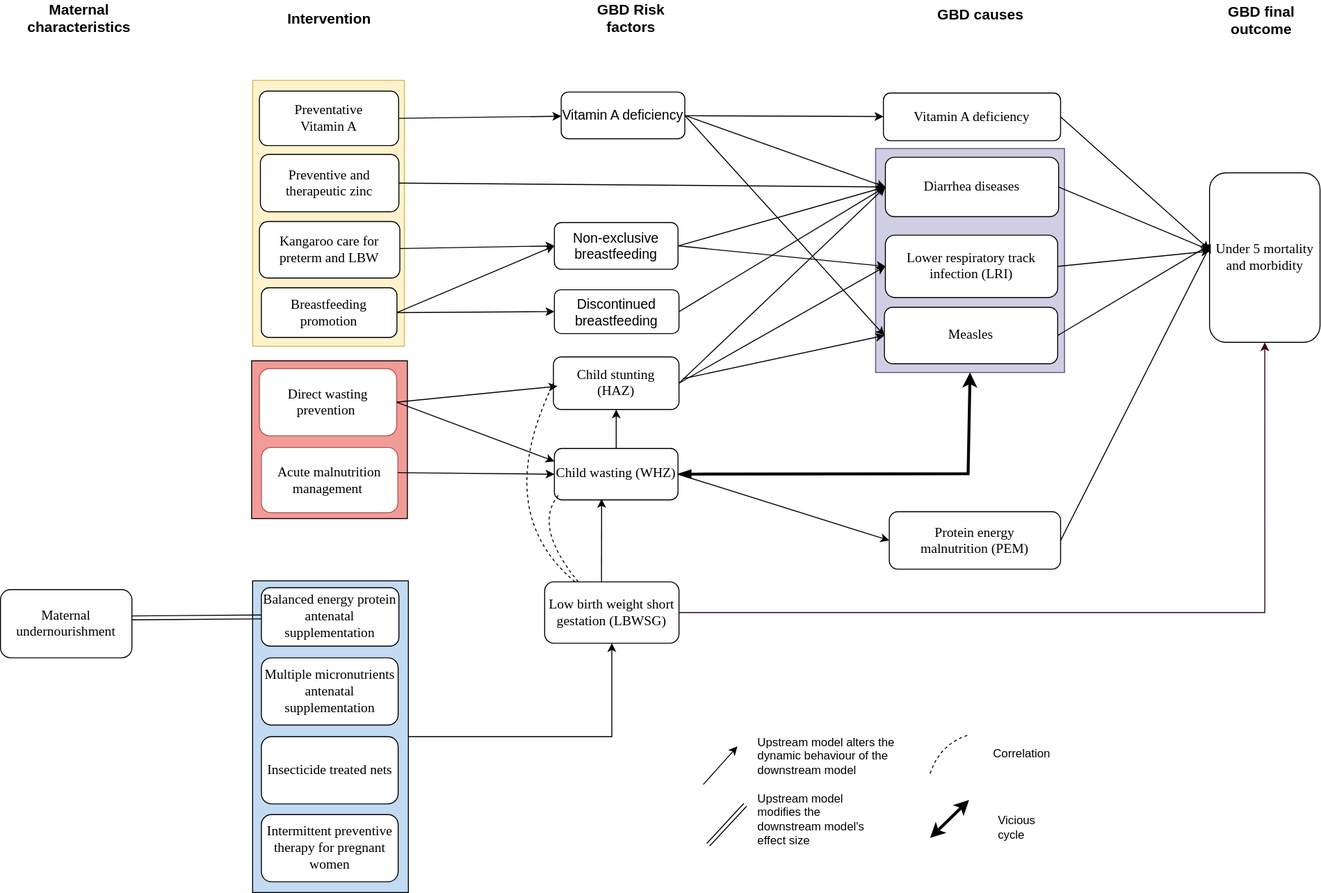
Earlier version of the draw.io export docs/source/concept_models/vivarium_ciff_sam/sam_concept_model_diagram.svg (ihmeuw/vivarium_research). Source tidied: cells renumbered, new cells last; positions are measured from the earlier drawing's top-left corner, leaving out a move shared by most shapes.
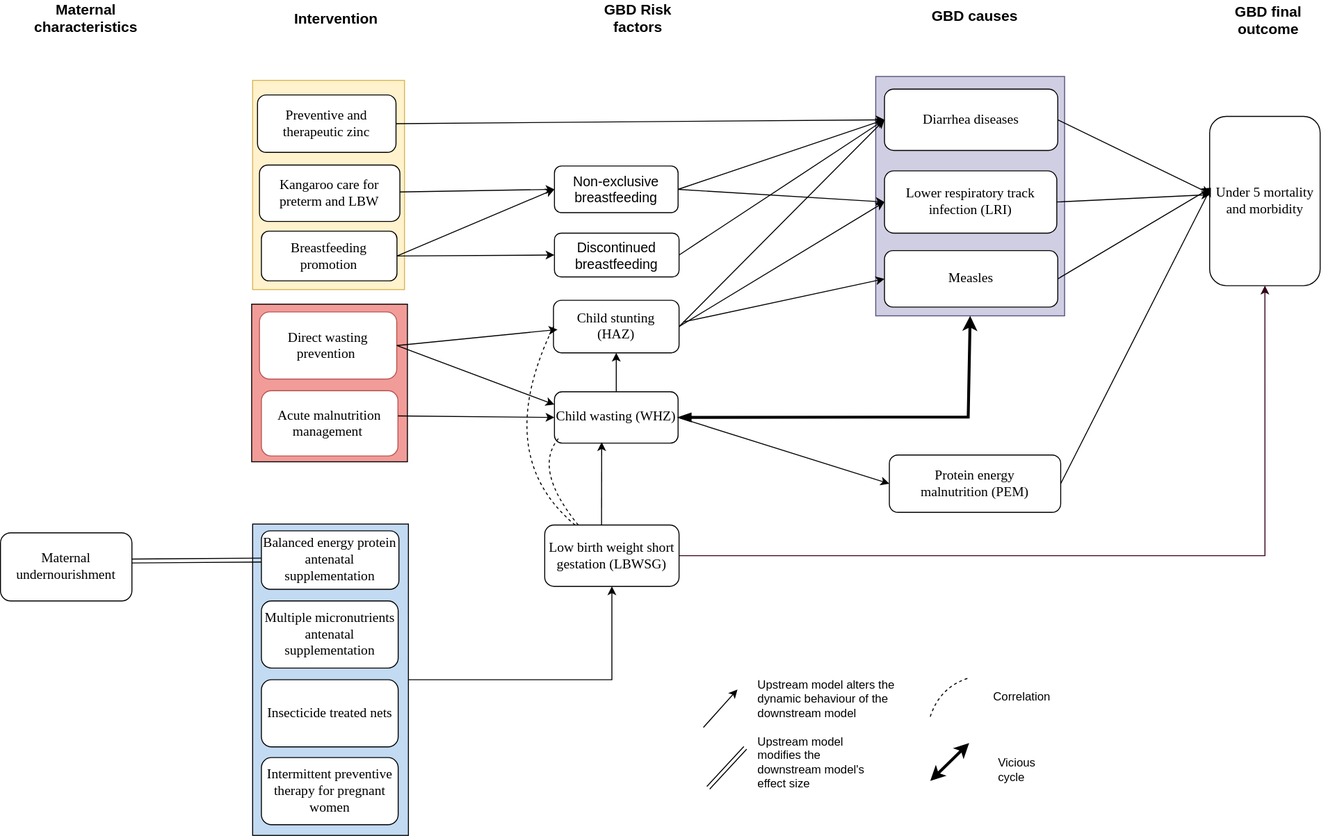
After the change.

Commit message:
deleted vitamin A in concept model

Diff of the diagram source:
```diff
@@ -3,10 +3,10 @@
     <mxCell id="0" />
     <mxCell id="1" parent="0" />
     <mxCell id="2" style="rounded=0;whiteSpace=wrap;html=1;strokeColor=#56517e;fillColor=#d0cee2;" parent="1" vertex="1">
-      <mxGeometry x="899" y="148" width="194" height="230" as="geometry" />
+      <mxGeometry x="899" y="132" width="194" height="246" as="geometry" />
     </mxCell>
     <mxCell id="3" style="rounded=0;whiteSpace=wrap;html=1;strokeColor=#d6b656;fillColor=#fff2cc;" parent="1" vertex="1">
-      <mxGeometry x="259" y="78" width="156" height="273" as="geometry" />
+      <mxGeometry x="259" y="136" width="156" height="215" as="geometry" />
     </mxCell>
     <mxCell id="4" style="rounded=0;whiteSpace=wrap;html=1;strokeColor=#000000;fillColor=#F19C99;" parent="1" vertex="1">
       <mxGeometry x="258" y="366" width="160" height="162" as="geometry" />
@@ -33,25 +33,25 @@
       <mxGeometry x="908" y="311" width="178" height="58" as="geometry" />
     </mxCell>
     <mxCell id="12" value="&lt;font style=&quot;font-size: 14px&quot; face=&quot;Verdana&quot;&gt;Diarrhea diseases&lt;/font&gt;" style="rounded=1;whiteSpace=wrap;html=1;" parent="1" vertex="1">
-      <mxGeometry x="909" y="157" width="178" height="61" as="geometry" />
+      <mxGeometry x="908" y="145" width="178" height="63" as="geometry" />
     </mxCell>
     <mxCell id="13" value="&lt;font style=&quot;font-size: 14px&quot; face=&quot;Verdana&quot;&gt;Lower respiratory track infection (LRI)&lt;/font&gt;" style="rounded=1;whiteSpace=wrap;html=1;" parent="1" vertex="1">
-      <mxGeometry x="909" y="237" width="177" height="64" as="geometry" />
+      <mxGeometry x="908" y="229" width="177" height="64" as="geometry" />
     </mxCell>
     <mxCell id="14" value="&lt;font face=&quot;Verdana&quot; style=&quot;font-size: 14px&quot;&gt;Under 5 mortality and morbidity&lt;/font&gt;" style="rounded=1;whiteSpace=wrap;html=1;" parent="1" vertex="1">
       <mxGeometry x="1242" y="173" width="113.5" height="174" as="geometry" />
     </mxCell>
     <mxCell id="15" value="Intervention" style="text;html=1;strokeColor=none;fillColor=none;align=center;verticalAlign=middle;whiteSpace=wrap;rounded=0;strokeWidth=4;fontSize=15;fontStyle=1;" parent="1" vertex="1">
-      <mxGeometry x="318" y="4" width="40" height="20" as="geometry" />
+      <mxGeometry x="325" y="62" width="40" height="20" as="geometry" />
     </mxCell>
     <mxCell id="16" value="GBD Risk factors" style="text;html=1;strokeColor=none;fillColor=none;align=center;verticalAlign=middle;whiteSpace=wrap;rounded=0;strokeWidth=4;fontSize=15;fontStyle=1;" parent="1" vertex="1">
-      <mxGeometry x="599.5" y="4" width="96" height="20" as="geometry" />
+      <mxGeometry x="606.5" y="62" width="96" height="20" as="geometry" />
     </mxCell>
     <mxCell id="17" value="GBD causes" style="text;html=1;strokeColor=none;fillColor=none;align=center;verticalAlign=middle;whiteSpace=wrap;rounded=0;strokeWidth=4;fontSize=15;fontStyle=1;" parent="1" vertex="1">
-      <mxGeometry x="960" width="93.5" height="20" as="geometry" />
+      <mxGeometry x="954" y="59" width="93.5" height="20" as="geometry" />
     </mxCell>
     <mxCell id="18" value="GBD final outcome" style="text;html=1;strokeColor=none;fillColor=none;align=center;verticalAlign=middle;whiteSpace=wrap;rounded=0;strokeWidth=4;fontSize=15;fontStyle=1;" parent="1" vertex="1">
-      <mxGeometry x="1239" y="6" width="113" height="20" as="geometry" />
+      <mxGeometry x="1246" y="64" width="113" height="20" as="geometry" />
     </mxCell>
     <mxCell id="19" style="endArrow=classic;html=1;strokeWidth=1;" parent="1" edge="1">
       <mxGeometry relative="1" as="geometry">
@@ -129,7 +129,7 @@
       <mxGeometry y="601" width="135" height="70" as="geometry" />
     </mxCell>
     <mxCell id="38" value="Maternal characteristics" style="text;html=1;strokeColor=none;fillColor=none;align=center;verticalAlign=middle;whiteSpace=wrap;rounded=0;strokeWidth=4;fontSize=15;fontStyle=1;" parent="1" vertex="1">
-      <mxGeometry x="61" y="4" width="40" height="20" as="geometry" />
+      <mxGeometry x="68" y="62" width="40" height="20" as="geometry" />
     </mxCell>
     <mxCell id="39" style="shape=link;html=1;entryX=0;entryY=0.5;entryDx=0;entryDy=0;exitX=1;exitY=0.414;exitDx=0;exitDy=0;exitPerimeter=0;" parent="1" edge="1" source="37" target="22">
       <mxGeometry relative="1" as="geometry" />
@@ -152,12 +152,6 @@
     <mxCell id="44" value="&lt;font style=&quot;font-size: 14px&quot;&gt;Discontinued breastfeeding&lt;/font&gt;" style="rounded=1;whiteSpace=wrap;html=1;" parent="1" vertex="1">
       <mxGeometry x="569" y="293" width="128" height="45" as="geometry" />
     </mxCell>
-    <mxCell id="45" value="&lt;font style=&quot;font-size: 14px&quot;&gt;Vitamin A deficiency&lt;/font&gt;" style="rounded=1;whiteSpace=wrap;html=1;" parent="1" vertex="1">
-      <mxGeometry x="576" y="90" width="127" height="48" as="geometry" />
-    </mxCell>
-    <mxCell id="46" value="&lt;font style=&quot;font-size: 14px&quot; face=&quot;Verdana&quot;&gt;Vitamin A deficiency&lt;/font&gt;" style="rounded=1;whiteSpace=wrap;html=1;" parent="1" vertex="1">
-      <mxGeometry x="907" y="91" width="182" height="49" as="geometry" />
-    </mxCell>
     <mxCell id="47" value="&lt;font style=&quot;font-size: 14px&quot;&gt;Insecticide treated nets&lt;/font&gt;" style="rounded=1;whiteSpace=wrap;html=1;shadow=0;labelBackgroundColor=none;strokeWidth=1;fontFamily=Verdana;fontSize=8;align=center;" parent="1" vertex="1">
       <mxGeometry x="268" y="752" width="140.5" height="69" as="geometry" />
     </mxCell>
@@ -167,15 +161,9 @@
     <mxCell id="49" value="&lt;span style=&quot;font-size: 14px&quot;&gt;Direct wasting prevention&amp;nbsp;&lt;/span&gt;" style="rounded=1;whiteSpace=wrap;html=1;shadow=0;labelBackgroundColor=none;strokeWidth=1;fontFamily=Verdana;fontSize=8;align=center;fillColor=#FFFFFF;strokeColor=#b85450;" parent="1" vertex="1">
       <mxGeometry x="266" y="374" width="141" height="69" as="geometry" />
     </mxCell>
-    <mxCell id="50" value="&lt;span style=&quot;font-size: 14px&quot;&gt;Preventative&lt;br&gt;Vitamin A&lt;/span&gt;" style="rounded=1;whiteSpace=wrap;html=1;shadow=0;labelBackgroundColor=none;strokeWidth=1;fontFamily=Verdana;fontSize=8;align=center;fillColor=#FFFFFF;strokeColor=#000000;" parent="1" vertex="1">
-      <mxGeometry x="266" y="89" width="143" height="56" as="geometry" />
-    </mxCell>
     <mxCell id="51" style="endArrow=classic;html=1;exitX=1;exitY=0.5;exitDx=0;exitDy=0;entryX=0.004;entryY=0.457;entryDx=0;entryDy=0;entryPerimeter=0;" parent="1" edge="1" source="12" target="14">
       <mxGeometry relative="1" as="geometry" />
     </mxCell>
-    <mxCell id="52" style="endArrow=classic;html=1;exitX=1;exitY=0.5;exitDx=0;exitDy=0;entryX=0;entryY=0.454;entryDx=0;entryDy=0;entryPerimeter=0;" parent="1" edge="1" source="46" target="14">
-      <mxGeometry relative="1" as="geometry" />
-    </mxCell>
     <mxCell id="53" style="endArrow=classic;html=1;exitX=1;exitY=0.5;exitDx=0;exitDy=0;entryX=0.032;entryY=0.557;entryDx=0;entryDy=0;entryPerimeter=0;" parent="1" edge="1" source="49" target="23">
       <mxGeometry relative="1" as="geometry" />
     </mxCell>
@@ -186,7 +174,7 @@
       <mxGeometry relative="1" as="geometry" />
     </mxCell>
     <mxCell id="56" value="&lt;span style=&quot;font-size: 14px&quot;&gt;Preventive and therapeutic zinc&lt;/span&gt;" style="rounded=1;whiteSpace=wrap;html=1;shadow=0;labelBackgroundColor=none;strokeWidth=1;fontFamily=Verdana;fontSize=8;align=center;fillColor=#FFFFFF;strokeColor=#000000;" parent="1" vertex="1">
-      <mxGeometry x="267" y="154" width="142.2" height="59" as="geometry" />
+      <mxGeometry x="264" y="151" width="142.2" height="59" as="geometry" />
     </mxCell>
     <mxCell id="57" value="&lt;span style=&quot;font-size: 14px&quot;&gt;Breastfeeding promotion&lt;/span&gt;" style="rounded=1;whiteSpace=wrap;html=1;shadow=0;labelBackgroundColor=none;strokeWidth=1;fontFamily=Verdana;fontSize=8;align=center;fillColor=#FFFFFF;strokeColor=#000000;" parent="1" vertex="1">
       <mxGeometry x="268" y="291" width="139.2" height="51" as="geometry" />
@@ -200,15 +188,6 @@
     <mxCell id="60" style="endArrow=classic;html=1;exitX=1;exitY=0.5;exitDx=0;exitDy=0;entryX=0;entryY=0.5;entryDx=0;entryDy=0;" parent="1" edge="1" source="44" target="12">
       <mxGeometry relative="1" as="geometry" />
     </mxCell>
-    <mxCell id="61" style="endArrow=classic;html=1;" parent="1" edge="1" source="45" target="46">
-      <mxGeometry relative="1" as="geometry" />
-    </mxCell>
-    <mxCell id="62" style="endArrow=classic;html=1;exitX=1;exitY=0.5;exitDx=0;exitDy=0;entryX=0;entryY=0.5;entryDx=0;entryDy=0;" parent="1" edge="1" source="45" target="11">
-      <mxGeometry relative="1" as="geometry" />
-    </mxCell>
-    <mxCell id="63" style="endArrow=classic;html=1;entryX=0;entryY=0.5;entryDx=0;entryDy=0;exitX=1;exitY=0.5;exitDx=0;exitDy=0;" parent="1" edge="1" source="45" target="12">
-      <mxGeometry relative="1" as="geometry" />
-    </mxCell>
     <mxCell id="64" style="endArrow=classic;html=1;exitX=1;exitY=0.5;exitDx=0;exitDy=0;entryX=0;entryY=0.5;entryDx=0;entryDy=0;" parent="1" edge="1" source="56" target="12">
       <mxGeometry relative="1" as="geometry" />
     </mxCell>
@@ -234,9 +213,6 @@
         <mxPoint x="995" y="817" as="targetPoint" />
       </mxGeometry>
     </mxCell>
-    <mxCell id="70" style="endArrow=classic;html=1;exitX=1;exitY=0.5;exitDx=0;exitDy=0;" parent="1" edge="1" source="50" target="45">
-      <mxGeometry relative="1" as="geometry" />
-    </mxCell>
     <mxCell id="71" value="&lt;span style=&quot;font-size: 14px&quot;&gt;Kangaroo care for preterm and LBW&lt;/span&gt;" style="rounded=1;whiteSpace=wrap;html=1;shadow=0;labelBackgroundColor=none;strokeWidth=1;fontFamily=Verdana;fontSize=8;align=center;fillColor=#FFFFFF;strokeColor=#000000;" parent="1" vertex="1">
       <mxGeometry x="266" y="223" width="144.2" height="58" as="geometry" />
     </mxCell>
```
